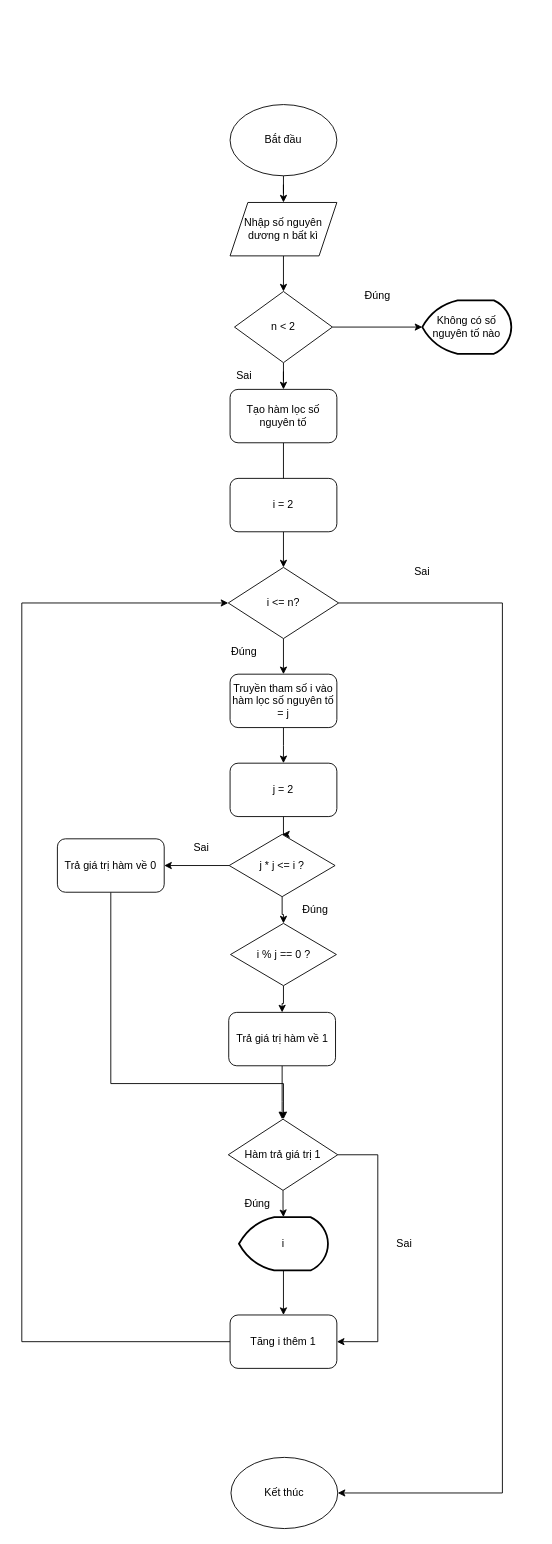
Azunn0801/Rikkei_C keeps this draw.io diagram as DiagramBTH6.drawio. Above is the earlier version. Source tidied: cells renumbered, new cells numbered last; positions are measured from the earlier drawing's top-left corner, leaving out a move shared by most shapes. Both pictures are drawn from the tidied source at 89%, with x=0, y=0 at pixel (21, 104).
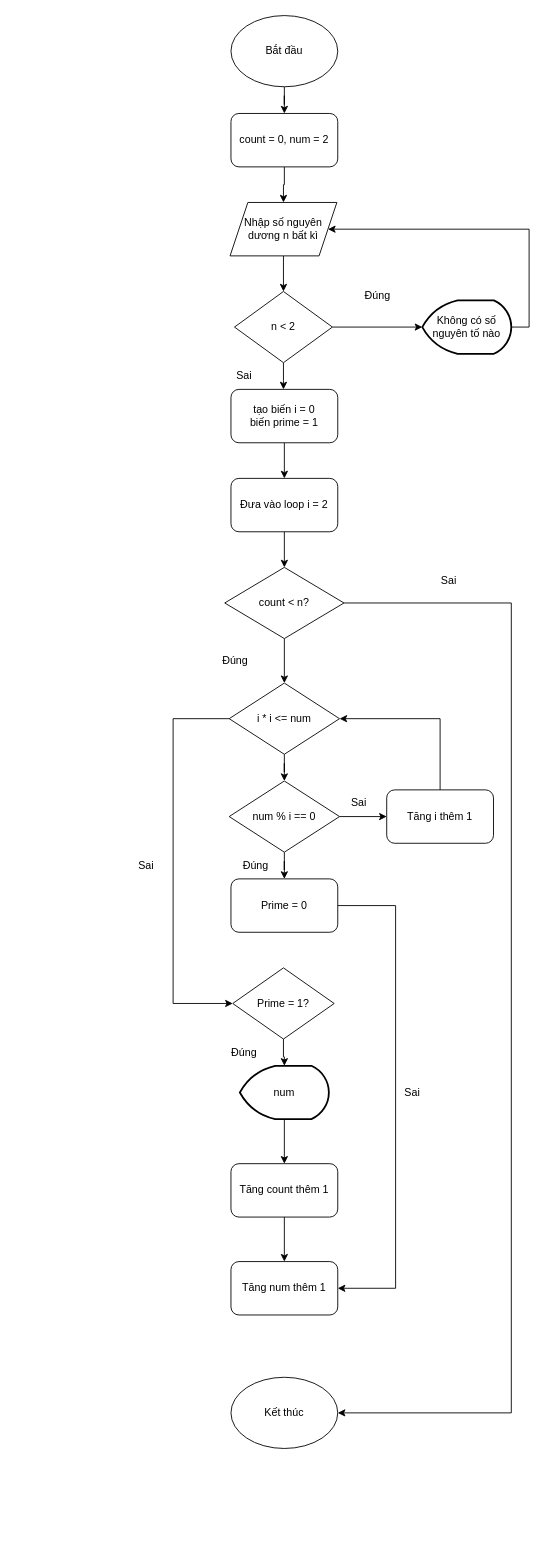
The same page after the edit.

The change refers to these unchanged cells:
```xml
<mxCell id="6" value="Nhập số nguyên dương n bất kì" style="shape=parallelogram;perimeter=parallelogramPerimeter;whiteSpace=wrap;html=1;fixedSize=1;" parent="1" vertex="1">
  <mxGeometry x="234" y="110" width="120" height="60" as="geometry" />
</mxCell>
<mxCell id="9" value="n &amp;lt; 2" style="rhombus;whiteSpace=wrap;html=1;" parent="1" vertex="1">
  <mxGeometry x="239" y="210" width="110" height="80" as="geometry" />
</mxCell>
<mxCell id="10" value="Không có số nguyên tố nào" style="strokeWidth=2;html=1;shape=mxgraph.flowchart.display;whiteSpace=wrap;" parent="1" vertex="1">
  <mxGeometry x="450" y="220" width="100" height="60" as="geometry" />
</mxCell>
```

Diff of the diagram source:
```diff
@@
-    <mxCell id="2" style="edgeStyle=orthogonalEdgeStyle;rounded=0;jettySize=auto;html=1;" parent="1" edge="1" source="3" target="6">
-      <mxGeometry relative="1" as="geometry" />
-    </mxCell>
+    <mxCell id="46" style="edgeStyle=orthogonalEdgeStyle;rounded=0;jettySize=auto;html=1;" parent="1" edge="1" source="3" target="56">
+      <mxGeometry relative="1" as="geometry" />
+    </mxCell>
     <mxCell id="3" value="Bắt đầu" style="ellipse;whiteSpace=wrap;html=1;" parent="1" vertex="1">
-      <mxGeometry x="234" width="120" height="80" as="geometry" />
+      <mxGeometry x="235" y="-100" width="120" height="80" as="geometry" />
     </mxCell>
     <mxCell id="4" value="Kết thúc" style="ellipse;whiteSpace=wrap;html=1;" parent="1" vertex="1">
-      <mxGeometry x="235" y="1520" width="120" height="80" as="geometry" />
+      <mxGeometry x="235" y="1430" width="120" height="80" as="geometry" />
     </mxCell>
@@
-    <mxCell id="8" style="edgeStyle=orthogonalEdgeStyle;rounded=0;jettySize=auto;html=1;" parent="1" edge="1" source="9" target="14">
-      <mxGeometry relative="1" as="geometry" />
+    <mxCell id="8" style="edgeStyle=orthogonalEdgeStyle;rounded=0;jettySize=auto;html=1;" parent="1" edge="1" source="9">
+      <mxGeometry relative="1" as="geometry">
+        <mxPoint x="294" y="320" as="targetPoint" />
+      </mxGeometry>
     </mxCell>
@@
+    <mxCell id="47" style="edgeStyle=orthogonalEdgeStyle;rounded=0;jettySize=auto;html=1;exitX=1;exitY=0.5;exitDx=0;exitDy=0;exitPerimeter=0;entryX=1;entryY=0.5;entryDx=0;entryDy=0;" parent="1" edge="1" source="10" target="6">
+      <mxGeometry relative="1" as="geometry">
+        <Array as="points">
+          <mxPoint x="570" y="250" />
+          <mxPoint x="570" y="140" />
+        </Array>
+      </mxGeometry>
+    </mxCell>
@@
-    <mxCell id="13" style="edgeStyle=orthogonalEdgeStyle;rounded=0;jettySize=auto;html=1;" parent="1" edge="1" source="14">
-      <mxGeometry relative="1" as="geometry">
-        <mxPoint x="294" y="460" as="targetPoint" />
-      </mxGeometry>
-    </mxCell>
-    <mxCell id="14" value="Tạo hàm lọc số nguyên tố" style="rounded=1;whiteSpace=wrap;html=1;" parent="1" vertex="1">
-      <mxGeometry x="234" y="320" width="120" height="60" as="geometry" />
-    </mxCell>
-    <mxCell id="15" style="edgeStyle=orthogonalEdgeStyle;rounded=0;jettySize=auto;html=1;" parent="1" edge="1" source="16" target="19">
-      <mxGeometry relative="1" as="geometry" />
-    </mxCell>
-    <mxCell id="16" value="i = 2" style="rounded=1;whiteSpace=wrap;html=1;" parent="1" vertex="1">
-      <mxGeometry x="234" y="420" width="120" height="60" as="geometry" />
-    </mxCell>
-    <mxCell id="17" style="edgeStyle=orthogonalEdgeStyle;rounded=0;jettySize=auto;html=1;exitX=1;exitY=0.5;exitDx=0;exitDy=0;entryX=1;entryY=0.5;entryDx=0;entryDy=0;" parent="1" edge="1" source="19" target="4">
-      <mxGeometry relative="1" as="geometry">
-        <Array as="points">
-          <mxPoint x="540" y="560" />
-          <mxPoint x="540" y="1560" />
-        </Array>
-      </mxGeometry>
-    </mxCell>
-    <mxCell id="18" style="edgeStyle=orthogonalEdgeStyle;rounded=0;jettySize=auto;html=1;" parent="1" edge="1" source="19" target="22">
-      <mxGeometry relative="1" as="geometry" />
-    </mxCell>
-    <mxCell id="19" value="i &amp;lt;= n?" style="rhombus;whiteSpace=wrap;html=1;" parent="1" vertex="1">
-      <mxGeometry x="232" y="520" width="124" height="80" as="geometry" />
-    </mxCell>
-    <mxCell id="20" value="Sai" style="text;html=1;align=center;verticalAlign=middle;whiteSpace=wrap;rounded=0;" parent="1" vertex="1">
-      <mxGeometry x="420" y="510" width="60" height="30" as="geometry" />
-    </mxCell>
-    <mxCell id="21" style="edgeStyle=orthogonalEdgeStyle;rounded=0;jettySize=auto;html=1;" parent="1" edge="1" source="22">
-      <mxGeometry relative="1" as="geometry">
-        <mxPoint x="294" y="740" as="targetPoint" />
-      </mxGeometry>
-    </mxCell>
-    <mxCell id="22" value="Truyền tham số i vào hàm lọc số nguyên tố = j" style="rounded=1;whiteSpace=wrap;html=1;" parent="1" vertex="1">
-      <mxGeometry x="234" y="640" width="120" height="60" as="geometry" />
-    </mxCell>
-    <mxCell id="23" value="Đúng" style="text;html=1;align=center;verticalAlign=middle;whiteSpace=wrap;rounded=0;" parent="1" vertex="1">
-      <mxGeometry x="220" y="600" width="60" height="30" as="geometry" />
-    </mxCell>
-    <mxCell id="24" style="edgeStyle=orthogonalEdgeStyle;rounded=0;jettySize=auto;html=1;" parent="1" edge="1" source="26" target="30">
-      <mxGeometry relative="1" as="geometry" />
-    </mxCell>
-    <mxCell id="25" style="edgeStyle=orthogonalEdgeStyle;rounded=0;jettySize=auto;html=1;" parent="1" edge="1" source="26" target="32">
-      <mxGeometry relative="1" as="geometry" />
-    </mxCell>
-    <mxCell id="26" value="j * j &amp;lt;= i ?" style="rhombus;whiteSpace=wrap;html=1;" parent="1" vertex="1">
-      <mxGeometry x="233" y="820" width="119" height="70" as="geometry" />
-    </mxCell>
-    <mxCell id="27" style="edgeStyle=orthogonalEdgeStyle;rounded=0;jettySize=auto;html=1;" parent="1" edge="1" source="28" target="26">
-      <mxGeometry relative="1" as="geometry" />
-    </mxCell>
-    <mxCell id="28" value="j = 2" style="rounded=1;whiteSpace=wrap;html=1;" parent="1" vertex="1">
-      <mxGeometry x="234" y="740" width="120" height="60" as="geometry" />
-    </mxCell>
-    <mxCell id="29" style="edgeStyle=orthogonalEdgeStyle;rounded=0;jettySize=auto;html=1;exitX=0.5;exitY=1;exitDx=0;exitDy=0;" parent="1" edge="1" source="30">
-      <mxGeometry relative="1" as="geometry">
-        <mxPoint x="294" y="1140" as="targetPoint" />
-        <Array as="points">
-          <mxPoint x="100" y="1100" />
-          <mxPoint x="294" y="1100" />
-        </Array>
-      </mxGeometry>
-    </mxCell>
-    <mxCell id="30" value="Trả giá trị hàm về 0" style="rounded=1;whiteSpace=wrap;html=1;" parent="1" vertex="1">
-      <mxGeometry x="40" y="825" width="120" height="60" as="geometry" />
-    </mxCell>
-    <mxCell id="31" style="edgeStyle=orthogonalEdgeStyle;rounded=0;jettySize=auto;html=1;" parent="1" edge="1" source="32" target="36">
-      <mxGeometry relative="1" as="geometry" />
-    </mxCell>
-    <mxCell id="32" value="i % j == 0 ?" style="rhombus;whiteSpace=wrap;html=1;" parent="1" vertex="1">
-      <mxGeometry x="234.5" y="920" width="119" height="70" as="geometry" />
-    </mxCell>
-    <mxCell id="33" value="Đúng" style="text;html=1;align=center;verticalAlign=middle;whiteSpace=wrap;rounded=0;" parent="1" vertex="1">
-      <mxGeometry x="300" y="890" width="60" height="30" as="geometry" />
-    </mxCell>
-    <mxCell id="34" value="Sai" style="text;html=1;align=center;verticalAlign=middle;whiteSpace=wrap;rounded=0;" parent="1" vertex="1">
-      <mxGeometry x="172" y="820" width="60" height="30" as="geometry" />
-    </mxCell>
-    <mxCell id="35" style="edgeStyle=orthogonalEdgeStyle;rounded=0;jettySize=auto;html=1;" parent="1" edge="1" source="36">
-      <mxGeometry relative="1" as="geometry">
-        <mxPoint x="292.5" y="1140" as="targetPoint" />
-        <Array as="points">
-          <mxPoint x="293" y="1120" />
-          <mxPoint x="293" y="1120" />
-        </Array>
-      </mxGeometry>
-    </mxCell>
-    <mxCell id="36" value="Trả giá trị hàm về 1" style="rounded=1;whiteSpace=wrap;html=1;" parent="1" vertex="1">
-      <mxGeometry x="232.5" y="1020" width="120" height="60" as="geometry" />
-    </mxCell>
-    <mxCell id="37" style="edgeStyle=orthogonalEdgeStyle;rounded=0;jettySize=auto;html=1;" parent="1" edge="1" source="39" target="41">
-      <mxGeometry relative="1" as="geometry" />
-    </mxCell>
-    <mxCell id="38" style="edgeStyle=orthogonalEdgeStyle;rounded=0;jettySize=auto;html=1;exitX=1;exitY=0.5;exitDx=0;exitDy=0;entryX=1;entryY=0.5;entryDx=0;entryDy=0;" parent="1" edge="1" source="39" target="43">
-      <mxGeometry relative="1" as="geometry">
-        <Array as="points">
-          <mxPoint x="400" y="1180" />
-          <mxPoint x="400" y="1390" />
-        </Array>
-      </mxGeometry>
-    </mxCell>
-    <mxCell id="39" value="Hàm trả giá trị 1" style="rhombus;whiteSpace=wrap;html=1;" parent="1" vertex="1">
-      <mxGeometry x="232" y="1140" width="123" height="80" as="geometry" />
-    </mxCell>
-    <mxCell id="40" style="edgeStyle=orthogonalEdgeStyle;rounded=0;jettySize=auto;html=1;" parent="1" edge="1" source="41" target="43">
-      <mxGeometry relative="1" as="geometry" />
-    </mxCell>
-    <mxCell id="41" value="i" style="strokeWidth=2;html=1;shape=mxgraph.flowchart.display;whiteSpace=wrap;" parent="1" vertex="1">
-      <mxGeometry x="244" y="1250" width="100" height="60" as="geometry" />
-    </mxCell>
-    <mxCell id="42" style="edgeStyle=orthogonalEdgeStyle;rounded=0;jettySize=auto;html=1;exitX=0;exitY=0.5;exitDx=0;exitDy=0;entryX=0;entryY=0.5;entryDx=0;entryDy=0;" parent="1" edge="1" source="43" target="19">
-      <mxGeometry relative="1" as="geometry">
-        <Array as="points">
-          <mxPoint y="1390" />
-          <mxPoint y="560" />
-        </Array>
-      </mxGeometry>
-    </mxCell>
+    <mxCell id="48" style="edgeStyle=orthogonalEdgeStyle;rounded=0;jettySize=auto;html=1;" parent="1" edge="1" source="49" target="51">
+      <mxGeometry relative="1" as="geometry" />
+    </mxCell>
+    <mxCell id="49" value="tạo biến i = 0&lt;div&gt;biến prime = 1&lt;/div&gt;" style="rounded=1;whiteSpace=wrap;html=1;" parent="1" vertex="1">
+      <mxGeometry x="235" y="320" width="120" height="60" as="geometry" />
+    </mxCell>
+    <mxCell id="50" style="edgeStyle=orthogonalEdgeStyle;rounded=0;jettySize=auto;html=1;" parent="1" edge="1" source="51" target="77">
+      <mxGeometry relative="1" as="geometry" />
+    </mxCell>
+    <mxCell id="51" value="Đưa vào loop i = 2" style="rounded=1;whiteSpace=wrap;html=1;" parent="1" vertex="1">
+      <mxGeometry x="235" y="420" width="120" height="60" as="geometry" />
+    </mxCell>
+    <mxCell id="52" style="edgeStyle=orthogonalEdgeStyle;rounded=0;jettySize=auto;html=1;" parent="1" edge="1" source="54" target="59">
+      <mxGeometry relative="1" as="geometry" />
+    </mxCell>
+    <mxCell id="53" style="edgeStyle=orthogonalEdgeStyle;rounded=0;jettySize=auto;html=1;exitX=0;exitY=0.5;exitDx=0;exitDy=0;entryX=0;entryY=0.5;entryDx=0;entryDy=0;" parent="1" edge="1" source="54" target="66">
+      <mxGeometry relative="1" as="geometry">
+        <Array as="points">
+          <mxPoint x="170" y="690" />
+          <mxPoint x="170" y="1010" />
+        </Array>
+      </mxGeometry>
+    </mxCell>
+    <mxCell id="54" value="i * i &amp;lt;= num" style="rhombus;whiteSpace=wrap;html=1;" parent="1" vertex="1">
+      <mxGeometry x="233" y="650" width="124" height="80" as="geometry" />
+    </mxCell>
+    <mxCell id="55" style="edgeStyle=orthogonalEdgeStyle;rounded=0;jettySize=auto;html=1;" parent="1" edge="1" source="56" target="6">
+      <mxGeometry relative="1" as="geometry" />
+    </mxCell>
+    <mxCell id="56" value="count = 0, num = 2" style="rounded=1;whiteSpace=wrap;html=1;" parent="1" vertex="1">
+      <mxGeometry x="235" y="10" width="120" height="60" as="geometry" />
+    </mxCell>
+    <mxCell id="57" style="edgeStyle=orthogonalEdgeStyle;rounded=0;jettySize=auto;html=1;" parent="1" edge="1" source="59" target="61">
+      <mxGeometry relative="1" as="geometry" />
+    </mxCell>
+    <mxCell id="58" style="edgeStyle=orthogonalEdgeStyle;rounded=0;jettySize=auto;html=1;" parent="1" edge="1" source="59" target="43">
+      <mxGeometry relative="1" as="geometry" />
+    </mxCell>
+    <mxCell id="59" value="num % i == 0" style="rhombus;whiteSpace=wrap;html=1;" parent="1" vertex="1">
+      <mxGeometry x="233" y="760" width="124" height="80" as="geometry" />
+    </mxCell>
+    <mxCell id="60" style="edgeStyle=orthogonalEdgeStyle;rounded=0;jettySize=auto;html=1;exitX=1;exitY=0.5;exitDx=0;exitDy=0;entryX=1;entryY=0.5;entryDx=0;entryDy=0;" parent="1" edge="1" source="61" target="74">
+      <mxGeometry relative="1" as="geometry">
+        <Array as="points">
+          <mxPoint x="420" y="900" />
+          <mxPoint x="420" y="1330" />
+        </Array>
+      </mxGeometry>
+    </mxCell>
+    <mxCell id="61" value="Prime = 0" style="rounded=1;whiteSpace=wrap;html=1;" parent="1" vertex="1">
+      <mxGeometry x="235" y="870" width="120" height="60" as="geometry" />
+    </mxCell>
+    <mxCell id="62" value="Đúng" style="text;html=1;align=center;verticalAlign=middle;whiteSpace=wrap;rounded=0;" parent="1" vertex="1">
+      <mxGeometry x="233" y="840" width="60" height="30" as="geometry" />
+    </mxCell>
+    <mxCell id="63" style="edgeStyle=orthogonalEdgeStyle;rounded=0;jettySize=auto;html=1;exitX=0.5;exitY=0;exitDx=0;exitDy=0;entryX=1;entryY=0.5;entryDx=0;entryDy=0;" parent="1" edge="1" source="43" target="54">
+      <mxGeometry relative="1" as="geometry" />
+    </mxCell>
     <mxCell id="43" value="Tăng i thêm 1" style="rounded=1;whiteSpace=wrap;html=1;" parent="1" vertex="1">
-      <mxGeometry x="234" y="1360" width="120" height="60" as="geometry" />
+      <mxGeometry x="410" y="770" width="120" height="60" as="geometry" />
     </mxCell>
-    <mxCell id="44" value="Đúng" style="text;html=1;align=center;verticalAlign=middle;whiteSpace=wrap;rounded=0;" parent="1" vertex="1">
-      <mxGeometry x="235" y="1220" width="60" height="30" as="geometry" />
-    </mxCell>
-    <mxCell id="45" value="Sai" style="text;html=1;align=center;verticalAlign=middle;whiteSpace=wrap;rounded=0;" parent="1" vertex="1">
-      <mxGeometry x="400" y="1265" width="60" height="30" as="geometry" />
-    </mxCell>
+    <mxCell id="64" value="Sai" style="text;html=1;align=center;verticalAlign=middle;whiteSpace=wrap;rounded=0;" parent="1" vertex="1">
+      <mxGeometry x="349" y="770" width="60" height="30" as="geometry" />
+    </mxCell>
+    <mxCell id="65" style="edgeStyle=orthogonalEdgeStyle;rounded=0;jettySize=auto;html=1;" parent="1" edge="1" source="66" target="69">
+      <mxGeometry relative="1" as="geometry" />
+    </mxCell>
+    <mxCell id="66" value="Prime = 1?" style="rhombus;whiteSpace=wrap;html=1;" parent="1" vertex="1">
+      <mxGeometry x="237" y="970" width="114" height="80" as="geometry" />
+    </mxCell>
+    <mxCell id="67" value="Sai" style="text;html=1;align=center;verticalAlign=middle;whiteSpace=wrap;rounded=0;" parent="1" vertex="1">
+      <mxGeometry x="110" y="840" width="60" height="30" as="geometry" />
+    </mxCell>
+    <mxCell id="68" style="edgeStyle=orthogonalEdgeStyle;rounded=0;jettySize=auto;html=1;" parent="1" edge="1" source="69" target="72">
+      <mxGeometry relative="1" as="geometry" />
+    </mxCell>
+    <mxCell id="69" value="num" style="strokeWidth=2;html=1;shape=mxgraph.flowchart.display;whiteSpace=wrap;" parent="1" vertex="1">
+      <mxGeometry x="245" y="1080" width="100" height="60" as="geometry" />
+    </mxCell>
+    <mxCell id="70" value="Đúng" style="text;html=1;align=center;verticalAlign=middle;whiteSpace=wrap;rounded=0;" parent="1" vertex="1">
+      <mxGeometry x="220" y="1050" width="60" height="30" as="geometry" />
+    </mxCell>
+    <mxCell id="71" style="edgeStyle=orthogonalEdgeStyle;rounded=0;jettySize=auto;html=1;" parent="1" edge="1" source="72" target="74">
+      <mxGeometry relative="1" as="geometry" />
+    </mxCell>
+    <mxCell id="72" value="Tăng count thêm 1" style="rounded=1;whiteSpace=wrap;html=1;" parent="1" vertex="1">
+      <mxGeometry x="235" y="1190" width="120" height="60" as="geometry" />
+    </mxCell>
+    <mxCell id="73" value="Sai" style="text;html=1;align=center;verticalAlign=middle;whiteSpace=wrap;rounded=0;" parent="1" vertex="1">
+      <mxGeometry x="409" y="1095" width="60" height="30" as="geometry" />
+    </mxCell>
+    <mxCell id="74" value="Tăng num thêm 1" style="rounded=1;whiteSpace=wrap;html=1;" parent="1" vertex="1">
+      <mxGeometry x="235" y="1300" width="120" height="60" as="geometry" />
+    </mxCell>
+    <mxCell id="75" style="edgeStyle=orthogonalEdgeStyle;rounded=0;jettySize=auto;html=1;" parent="1" edge="1" source="77" target="54">
+      <mxGeometry relative="1" as="geometry" />
+    </mxCell>
+    <mxCell id="76" style="edgeStyle=orthogonalEdgeStyle;rounded=0;jettySize=auto;html=1;exitX=1;exitY=0.5;exitDx=0;exitDy=0;entryX=1;entryY=0.5;entryDx=0;entryDy=0;" parent="1" edge="1" source="77" target="4">
+      <mxGeometry relative="1" as="geometry">
+        <Array as="points">
+          <mxPoint x="550" y="560" />
+          <mxPoint x="550" y="1470" />
+        </Array>
+      </mxGeometry>
+    </mxCell>
+    <mxCell id="77" value="count &amp;lt; n?" style="rhombus;whiteSpace=wrap;html=1;" parent="1" vertex="1">
+      <mxGeometry x="228" y="520" width="134" height="80" as="geometry" />
+    </mxCell>
+    <mxCell id="78" value="Đúng" style="text;html=1;align=center;verticalAlign=middle;whiteSpace=wrap;rounded=0;" parent="1" vertex="1">
+      <mxGeometry x="210" y="610" width="60" height="30" as="geometry" />
+    </mxCell>
+    <mxCell id="79" value="Sai" style="text;html=1;align=center;verticalAlign=middle;whiteSpace=wrap;rounded=0;" parent="1" vertex="1">
+      <mxGeometry x="450" y="520" width="60" height="30" as="geometry" />
+    </mxCell>
```
